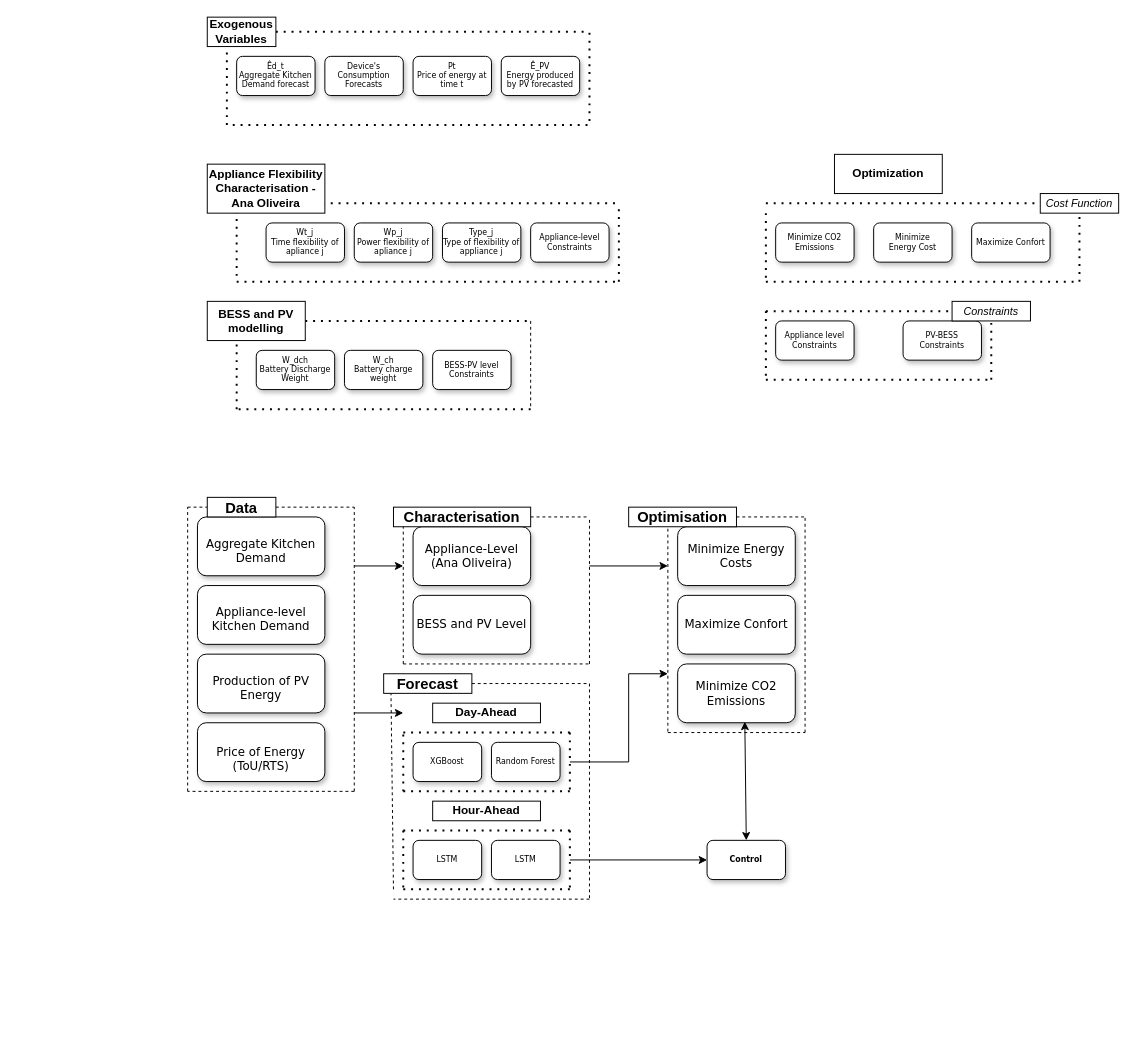
This is pic_methodologie.drawio from luistmartins/thesis_ik, a draw.io file, before an edit. Source tidied: cells renumbered, new cells numbered last; positions are measured from the earlier drawing's top-left corner, leaving out a move shared by most shapes. Both pictures are drawn from the tidied source at 98%, with x=0, y=0 at pixel (187, 17).
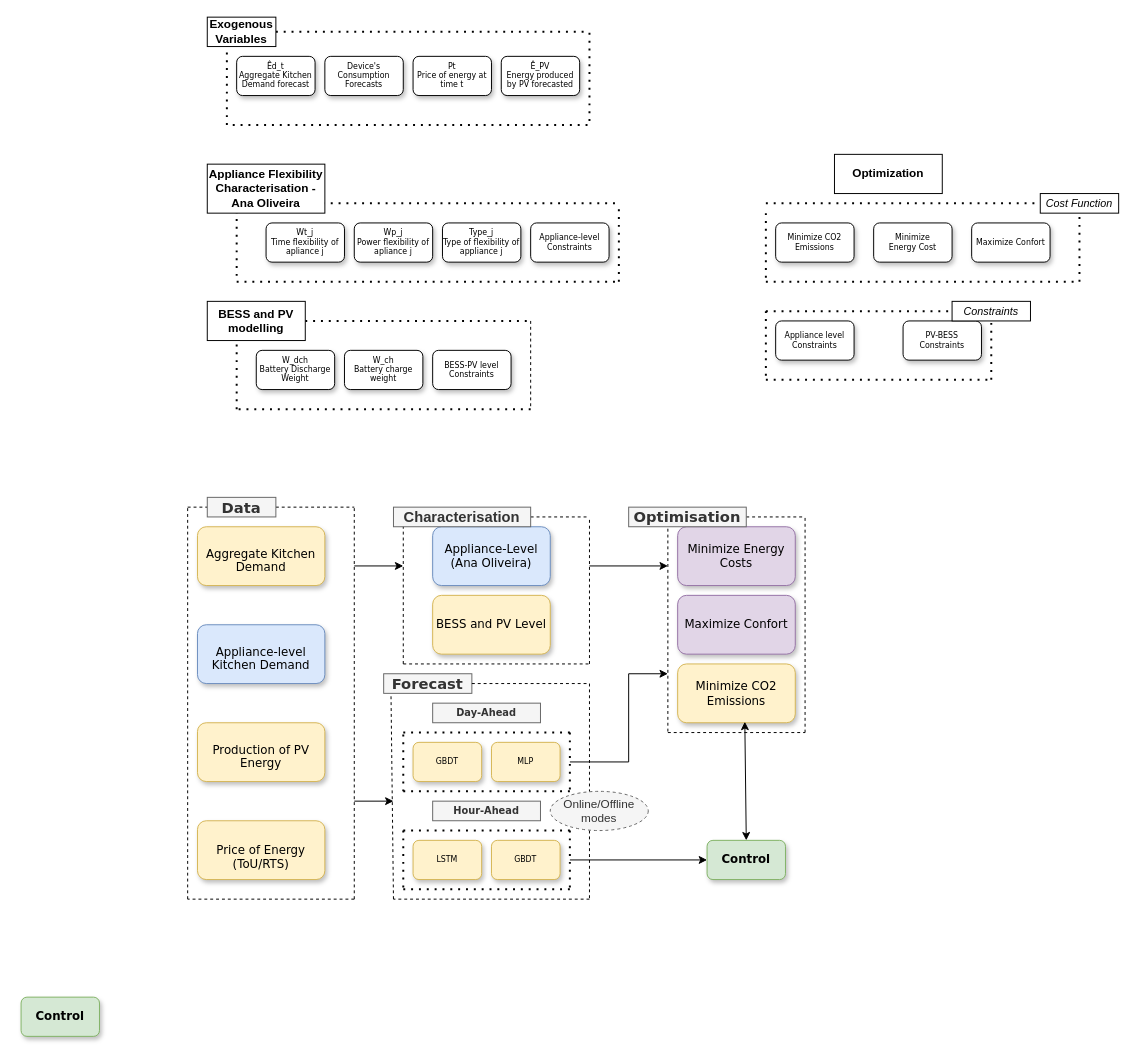
After the change.

Diff of the diagram source:
```diff
@@
-    <mxCell id="41" value="&lt;b&gt;Control&lt;/b&gt;" style="rounded=1;whiteSpace=wrap;html=1;shadow=1;labelBackgroundColor=none;strokeWidth=1;fontFamily=Verdana;fontSize=8;align=center;" parent="1" vertex="1">
+    <mxCell id="41" value="&lt;b&gt;Control&lt;/b&gt;" style="rounded=1;whiteSpace=wrap;html=1;shadow=1;labelBackgroundColor=none;strokeWidth=1;fontFamily=Verdana;fontSize=12;align=center;fillColor=#d5e8d4;strokeColor=#82b366;" parent="1" vertex="1">
       <mxGeometry x="530" y="840" width="80" height="40" as="geometry" />
     </mxCell>
@@
-    <mxCell id="45" value="&lt;br&gt;&lt;font style=&quot;font-size: 12px;&quot;&gt;Aggregate Kitchen Demand&lt;/font&gt;" style="rounded=1;whiteSpace=wrap;html=1;shadow=1;labelBackgroundColor=none;strokeWidth=1;fontFamily=Verdana;fontSize=8;align=center;" parent="1" vertex="1">
-      <mxGeometry x="10" y="510" width="130" height="60" as="geometry" />
+    <mxCell id="45" value="&lt;br&gt;&lt;font style=&quot;font-size: 12px;&quot;&gt;Aggregate Kitchen Demand&lt;/font&gt;" style="rounded=1;whiteSpace=wrap;html=1;shadow=1;labelBackgroundColor=none;strokeWidth=1;fontFamily=Verdana;fontSize=8;align=center;fillColor=#fff2cc;strokeColor=#d6b656;fillStyle=auto;" parent="1" vertex="1">
+      <mxGeometry x="10" y="520" width="130" height="60" as="geometry" />
     </mxCell>
@@
-    <mxCell id="47" value="&lt;br&gt;&lt;font style=&quot;font-size: 12px;&quot;&gt;Appliance-level Kitchen Demand&lt;/font&gt;" style="rounded=1;whiteSpace=wrap;html=1;shadow=1;labelBackgroundColor=none;strokeWidth=1;fontFamily=Verdana;fontSize=8;align=center;" parent="1" vertex="1">
-      <mxGeometry x="10" y="580" width="130" height="60" as="geometry" />
+    <mxCell id="47" value="&lt;br&gt;&lt;font style=&quot;font-size: 12px;&quot;&gt;Appliance-level Kitchen Demand&lt;/font&gt;" style="rounded=1;whiteSpace=wrap;html=1;shadow=1;labelBackgroundColor=none;strokeWidth=1;fontFamily=Verdana;fontSize=8;align=center;fillColor=#dae8fc;strokeColor=#6c8ebf;" parent="1" vertex="1">
+      <mxGeometry x="10" y="620" width="130" height="60" as="geometry" />
     </mxCell>
-    <mxCell id="48" value="&lt;br&gt;&lt;font style=&quot;font-size: 12px;&quot;&gt;Production of PV Energy&lt;/font&gt;" style="rounded=1;whiteSpace=wrap;html=1;shadow=1;labelBackgroundColor=none;strokeWidth=1;fontFamily=Verdana;fontSize=8;align=center;" parent="1" vertex="1">
-      <mxGeometry x="10" y="650" width="130" height="60" as="geometry" />
+    <mxCell id="48" value="&lt;br&gt;&lt;font style=&quot;font-size: 12px;&quot;&gt;Production of PV Energy&lt;/font&gt;" style="rounded=1;whiteSpace=wrap;html=1;shadow=1;labelBackgroundColor=none;strokeWidth=1;fontFamily=Verdana;fontSize=8;align=center;fillColor=#fff2cc;strokeColor=#d6b656;" parent="1" vertex="1">
+      <mxGeometry x="10" y="720" width="130" height="60" as="geometry" />
     </mxCell>
-    <mxCell id="49" value="&lt;font style=&quot;font-size: 12px;&quot;&gt;&lt;br&gt;Price of Energy&lt;/font&gt;&lt;div&gt;&lt;font style=&quot;font-size: 12px;&quot;&gt;(ToU&lt;span style=&quot;background-color: transparent; color: light-dark(rgb(0, 0, 0), rgb(255, 255, 255));&quot;&gt;/RTS)&lt;/span&gt;&lt;/font&gt;&lt;/div&gt;" style="rounded=1;whiteSpace=wrap;html=1;shadow=1;labelBackgroundColor=none;strokeWidth=1;fontFamily=Verdana;fontSize=8;align=center;" parent="1" vertex="1">
-      <mxGeometry x="10" y="720" width="130" height="60" as="geometry" />
+    <mxCell id="49" value="&lt;font style=&quot;font-size: 12px;&quot;&gt;&lt;br&gt;Price of Energy&lt;/font&gt;&lt;div&gt;&lt;font style=&quot;font-size: 12px;&quot;&gt;(ToU&lt;span style=&quot;background-color: transparent; color: light-dark(rgb(0, 0, 0), rgb(255, 255, 255));&quot;&gt;/RTS)&lt;/span&gt;&lt;/font&gt;&lt;/div&gt;" style="rounded=1;whiteSpace=wrap;html=1;shadow=1;labelBackgroundColor=none;strokeWidth=1;fontFamily=Verdana;fontSize=8;align=center;fillColor=#fff2cc;strokeColor=#d6b656;" parent="1" vertex="1">
+      <mxGeometry x="10" y="820" width="130" height="60" as="geometry" />
     </mxCell>
     <mxCell id="50" style="endArrow=none;dashed=1;html=1;rounded=0;" parent="1" edge="1">
       <mxGeometry relative="1" as="geometry">
-        <mxPoint x="170" y="790" as="sourcePoint" />
+        <mxPoint x="170" y="900" as="sourcePoint" />
         <mxPoint x="170" y="500" as="targetPoint" />
         <Array as="points">
           <mxPoint x="170" y="640" />
         </Array>
       </mxGeometry>
     </mxCell>
     <mxCell id="51" style="endArrow=none;dashed=1;html=1;rounded=0;" parent="1" edge="1">
       <mxGeometry relative="1" as="geometry">
-        <mxPoint x="170" y="790" as="sourcePoint" />
-        <mxPoint y="790" as="targetPoint" />
+        <mxPoint x="170" y="900" as="sourcePoint" />
+        <mxPoint y="900" as="targetPoint" />
       </mxGeometry>
     </mxCell>
     <mxCell id="52" style="endArrow=none;dashed=1;html=1;rounded=0;" parent="1" edge="1">
       <mxGeometry relative="1" as="geometry">
-        <mxPoint y="790" as="sourcePoint" />
+        <mxPoint y="900" as="sourcePoint" />
         <mxPoint y="500" as="targetPoint" />
       </mxGeometry>
     </mxCell>
@@
-    <mxCell id="54" value="&lt;font style=&quot;font-size: 15px;&quot;&gt;&lt;b&gt;Data&lt;/b&gt;&lt;/font&gt;" style="whiteSpace=wrap;html=1;" parent="1" vertex="1">
+    <mxCell id="54" value="&lt;font style=&quot;font-size: 15px;&quot;&gt;&lt;b&gt;Data&lt;/b&gt;&lt;/font&gt;" style="whiteSpace=wrap;html=1;fillColor=#f5f5f5;fontColor=#333333;strokeColor=#666666;fontFamily=Verdana;" parent="1" vertex="1">
       <mxGeometry x="20" y="490" width="70" height="20" as="geometry" />
     </mxCell>
-    <mxCell id="55" value="&lt;font style=&quot;font-size: 12px;&quot;&gt;Appliance-Level&lt;/font&gt;&lt;div&gt;&lt;font style=&quot;font-size: 12px;&quot;&gt;(Ana Oliveira)&lt;/font&gt;&lt;/div&gt;" style="whiteSpace=wrap;html=1;fontSize=8;fontFamily=Verdana;rounded=1;shadow=1;labelBackgroundColor=none;strokeWidth=1;" parent="1" vertex="1">
-      <mxGeometry x="230" y="520" width="120" height="60" as="geometry" />
+    <mxCell id="55" value="&lt;font style=&quot;font-size: 12px;&quot;&gt;Appliance-Level&lt;/font&gt;&lt;div&gt;&lt;font style=&quot;font-size: 12px;&quot;&gt;(Ana Oliveira)&lt;/font&gt;&lt;/div&gt;" style="whiteSpace=wrap;html=1;fontSize=8;fontFamily=Verdana;rounded=1;shadow=1;labelBackgroundColor=none;strokeWidth=1;fillColor=#dae8fc;strokeColor=#6c8ebf;" parent="1" vertex="1">
+      <mxGeometry x="250" y="520" width="120" height="60" as="geometry" />
     </mxCell>
@@
-    <mxCell id="60" value="&lt;font style=&quot;font-size: 15px;&quot;&gt;&lt;b&gt;Characterisation&lt;/b&gt;&lt;/font&gt;" style="whiteSpace=wrap;html=1;" parent="1" vertex="1">
+    <mxCell id="60" value="&lt;font style=&quot;font-size: 15px;&quot;&gt;&lt;b&gt;Characterisation&lt;/b&gt;&lt;/font&gt;" style="whiteSpace=wrap;html=1;fillColor=#f5f5f5;fontColor=#333333;strokeColor=#666666;" parent="1" vertex="1">
       <mxGeometry x="210" y="500" width="140" height="20" as="geometry" />
     </mxCell>
-    <mxCell id="61" value="&lt;font style=&quot;font-size: 12px;&quot;&gt;Minimize Energy Costs&lt;/font&gt;" style="whiteSpace=wrap;html=1;fontSize=8;fontFamily=Verdana;rounded=1;shadow=1;labelBackgroundColor=none;strokeWidth=1;" parent="1" vertex="1">
+    <mxCell id="61" value="&lt;font style=&quot;font-size: 12px;&quot;&gt;Minimize Energy Costs&lt;/font&gt;" style="whiteSpace=wrap;html=1;fontSize=8;fontFamily=Verdana;rounded=1;shadow=1;labelBackgroundColor=none;strokeWidth=1;fillColor=#e1d5e7;strokeColor=#9673a6;" parent="1" vertex="1">
       <mxGeometry x="500" y="520" width="120" height="60" as="geometry" />
     </mxCell>
@@
-    <mxCell id="63" value="&lt;font style=&quot;font-size: 12px;&quot;&gt;Maximize Confort&lt;/font&gt;" style="whiteSpace=wrap;html=1;fontSize=8;fontFamily=Verdana;rounded=1;shadow=1;labelBackgroundColor=none;strokeWidth=1;" parent="1" vertex="1">
+    <mxCell id="63" value="&lt;font style=&quot;font-size: 12px;&quot;&gt;Maximize Confort&lt;/font&gt;" style="whiteSpace=wrap;html=1;fontSize=8;fontFamily=Verdana;rounded=1;shadow=1;labelBackgroundColor=none;strokeWidth=1;fillColor=#e1d5e7;strokeColor=#9673a6;" parent="1" vertex="1">
       <mxGeometry x="500" y="590" width="120" height="60" as="geometry" />
     </mxCell>
-    <mxCell id="64" value="&lt;font style=&quot;font-size: 12px;&quot;&gt;Minimize CO2 Emissions&lt;/font&gt;" style="whiteSpace=wrap;html=1;fontSize=8;fontFamily=Verdana;rounded=1;shadow=1;labelBackgroundColor=none;strokeWidth=1;" parent="1" vertex="1">
+    <mxCell id="64" value="&lt;font style=&quot;font-size: 12px;&quot;&gt;Minimize CO2 Emissions&lt;/font&gt;" style="whiteSpace=wrap;html=1;fontSize=8;fontFamily=Verdana;rounded=1;shadow=1;labelBackgroundColor=none;strokeWidth=1;fillColor=#fff2cc;strokeColor=#d6b656;" parent="1" vertex="1">
       <mxGeometry x="500" y="660" width="120" height="60" as="geometry" />
     </mxCell>
@@
-    <mxCell id="69" value="&lt;font style=&quot;font-size: 15px;&quot;&gt;&lt;b&gt;Optimisation&lt;/b&gt;&lt;/font&gt;" style="whiteSpace=wrap;html=1;" parent="1" vertex="1">
-      <mxGeometry x="450" y="500" width="110" height="20" as="geometry" />
+    <mxCell id="69" value="&lt;font style=&quot;font-size: 15px;&quot;&gt;&lt;b&gt;Optimisation&lt;/b&gt;&lt;/font&gt;" style="whiteSpace=wrap;html=1;fillColor=#f5f5f5;fontColor=#333333;strokeColor=#666666;fontFamily=Verdana;" parent="1" vertex="1">
+      <mxGeometry x="450" y="500" width="120" height="20" as="geometry" />
     </mxCell>
@@
-    <mxCell id="71" value="&lt;div&gt;XGBoost&lt;/div&gt;" style="whiteSpace=wrap;html=1;fontSize=8;fontFamily=Verdana;rounded=1;shadow=1;labelBackgroundColor=none;strokeWidth=1;" parent="1" vertex="1">
+    <mxCell id="71" value="&lt;div&gt;GBDT&lt;/div&gt;" style="whiteSpace=wrap;html=1;fontSize=8;fontFamily=Verdana;rounded=1;shadow=1;labelBackgroundColor=none;strokeWidth=1;fillColor=#fff2cc;strokeColor=#d6b656;" parent="1" vertex="1">
       <mxGeometry x="230" y="740" width="70" height="40" as="geometry" />
     </mxCell>
     <mxCell id="72" style="endArrow=none;dashed=1;html=1;rounded=0;entryX=0.083;entryY=1;entryDx=0;entryDy=0;entryPerimeter=0;" parent="1" edge="1" target="73">
       <mxGeometry relative="1" as="geometry">
-        <mxPoint x="210" y="890" as="sourcePoint" />
+        <mxPoint x="210" y="900" as="sourcePoint" />
       </mxGeometry>
     </mxCell>
-    <mxCell id="73" value="&lt;font style=&quot;font-size: 15px;&quot;&gt;&lt;b&gt;Forecast&lt;/b&gt;&lt;/font&gt;" style="whiteSpace=wrap;html=1;" parent="1" vertex="1">
+    <mxCell id="73" value="&lt;font style=&quot;font-size: 15px;&quot;&gt;&lt;b&gt;Forecast&lt;/b&gt;&lt;/font&gt;" style="whiteSpace=wrap;html=1;fillColor=#f5f5f5;fontColor=#333333;strokeColor=#666666;fontFamily=Verdana;" parent="1" vertex="1">
       <mxGeometry x="200" y="670" width="90" height="20" as="geometry" />
     </mxCell>
-    <mxCell id="74" value="&lt;div&gt;LSTM&lt;/div&gt;" style="whiteSpace=wrap;html=1;fontSize=8;fontFamily=Verdana;rounded=1;shadow=1;labelBackgroundColor=none;strokeWidth=1;" parent="1" vertex="1">
+    <mxCell id="74" value="&lt;div&gt;LSTM&lt;/div&gt;" style="whiteSpace=wrap;html=1;fontSize=8;fontFamily=Verdana;rounded=1;shadow=1;labelBackgroundColor=none;strokeWidth=1;fillColor=#fff2cc;strokeColor=#d6b656;" parent="1" vertex="1">
       <mxGeometry x="230" y="840" width="70" height="40" as="geometry" />
     </mxCell>
-    <mxCell id="75" value="&lt;div&gt;Random Forest&lt;/div&gt;" style="whiteSpace=wrap;html=1;fontSize=8;fontFamily=Verdana;rounded=1;shadow=1;labelBackgroundColor=none;strokeWidth=1;" parent="1" vertex="1">
+    <mxCell id="75" value="&lt;div&gt;MLP&lt;/div&gt;" style="whiteSpace=wrap;html=1;fontSize=8;fontFamily=Verdana;rounded=1;shadow=1;labelBackgroundColor=none;strokeWidth=1;fillColor=#fff2cc;strokeColor=#d6b656;" parent="1" vertex="1">
       <mxGeometry x="310" y="740" width="70" height="40" as="geometry" />
     </mxCell>
@@
     <mxCell id="80" style="endArrow=classic;html=1;rounded=0;" parent="1" edge="1">
       <mxGeometry relative="1" as="geometry">
-        <mxPoint x="170" y="710" as="sourcePoint" />
-        <mxPoint x="220" y="710" as="targetPoint" />
+        <mxPoint x="170" y="800" as="sourcePoint" />
+        <mxPoint x="210" y="800" as="targetPoint" />
       </mxGeometry>
     </mxCell>
@@
-    <mxCell id="83" value="&lt;div&gt;&lt;font style=&quot;font-size: 12px;&quot;&gt;BESS and PV Level&lt;/font&gt;&lt;/div&gt;" style="whiteSpace=wrap;html=1;fontSize=8;fontFamily=Verdana;rounded=1;shadow=1;labelBackgroundColor=none;strokeWidth=1;" parent="1" vertex="1">
-      <mxGeometry x="230" y="590" width="120" height="60" as="geometry" />
+    <mxCell id="83" value="&lt;div&gt;&lt;font style=&quot;font-size: 12px;&quot;&gt;BESS and PV Level&lt;/font&gt;&lt;/div&gt;" style="whiteSpace=wrap;html=1;fontSize=8;fontFamily=Verdana;rounded=1;shadow=1;labelBackgroundColor=none;strokeWidth=1;fillColor=#fff2cc;strokeColor=#d6b656;" parent="1" vertex="1">
+      <mxGeometry x="250" y="590" width="120" height="60" as="geometry" />
     </mxCell>
@@
-    <mxCell id="85" value="Day-Ahead" style="rounded=0;whiteSpace=wrap;html=1;fontStyle=1;" parent="1" vertex="1">
+    <mxCell id="85" value="Day-Ahead" style="rounded=0;whiteSpace=wrap;html=1;fontStyle=1;fillColor=#f5f5f5;fontColor=#333333;strokeColor=#666666;fontFamily=Verdana;fontSize=10;" parent="1" vertex="1">
       <mxGeometry x="250" y="700" width="110" height="20" as="geometry" />
     </mxCell>
-    <mxCell id="86" value="Hour-Ahead" style="rounded=0;whiteSpace=wrap;html=1;fontStyle=1;" parent="1" vertex="1">
+    <mxCell id="86" value="Hour-Ahead" style="rounded=0;whiteSpace=wrap;html=1;fontStyle=1;fillColor=#f5f5f5;fontColor=#333333;strokeColor=#666666;fontFamily=Verdana;fontSize=10;" parent="1" vertex="1">
       <mxGeometry x="250" y="800" width="110" height="20" as="geometry" />
     </mxCell>
-    <mxCell id="87" value="&lt;div&gt;LSTM&lt;/div&gt;" style="whiteSpace=wrap;html=1;fontSize=8;fontFamily=Verdana;rounded=1;shadow=1;labelBackgroundColor=none;strokeWidth=1;" parent="1" vertex="1">
+    <mxCell id="87" value="&lt;div&gt;GBDT&lt;/div&gt;" style="whiteSpace=wrap;html=1;fontSize=8;fontFamily=Verdana;rounded=1;shadow=1;labelBackgroundColor=none;strokeWidth=1;fillColor=#fff2cc;strokeColor=#d6b656;" parent="1" vertex="1">
       <mxGeometry x="310" y="840" width="70" height="40" as="geometry" />
     </mxCell>
@@
+    <mxCell id="98" value="Online/Offline modes" style="ellipse;whiteSpace=wrap;html=1;align=center;dashed=1;fillColor=#f5f5f5;fontColor=#333333;strokeColor=#666666;" parent="1" vertex="1">
+      <mxGeometry x="370" y="790" width="100" height="40" as="geometry" />
+    </mxCell>
+    <mxCell id="99" value="&lt;b&gt;Control&lt;/b&gt;" style="rounded=1;whiteSpace=wrap;html=1;shadow=1;labelBackgroundColor=none;strokeWidth=1;fontFamily=Verdana;fontSize=12;align=center;fillColor=#d5e8d4;strokeColor=#82b366;" parent="1" vertex="1">
+      <mxGeometry x="-170" y="1000" width="80" height="40" as="geometry" />
+    </mxCell>
```
